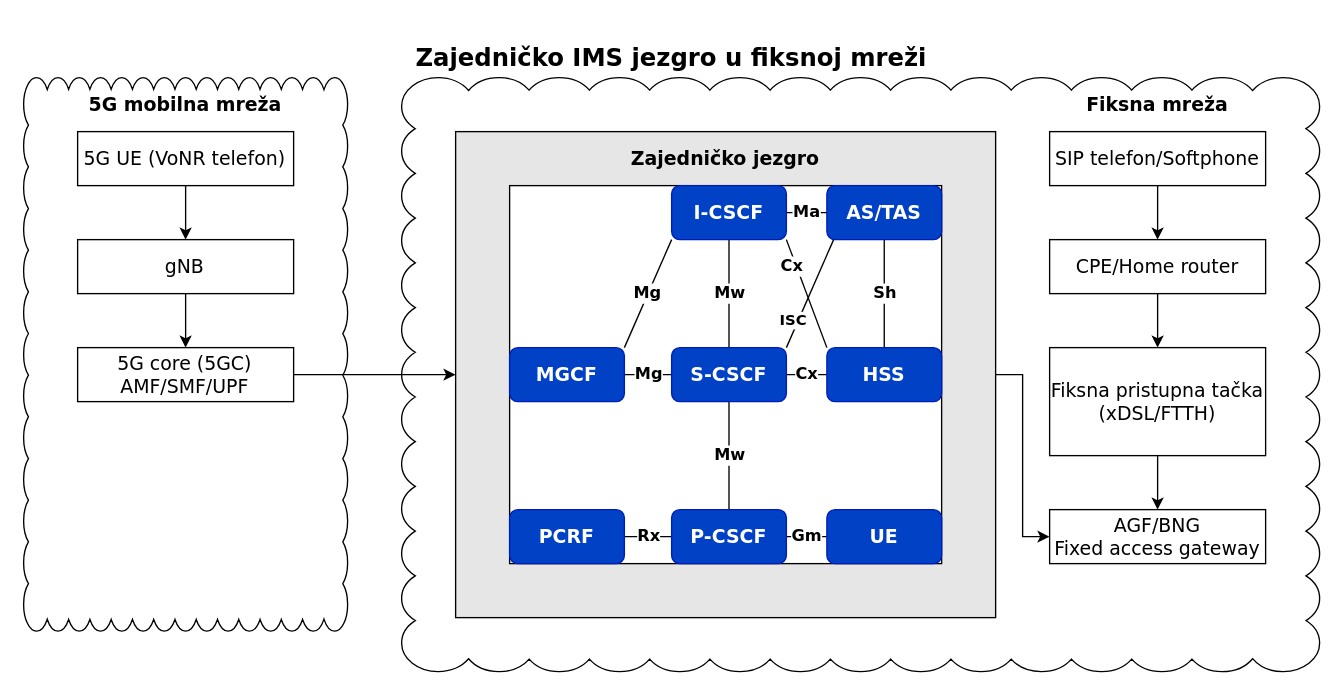
Above: assets/diagrams/draw_io/code/common_ims_core_in_a_fixed_network.drawio in ZakiraZaza/SSMTK_FMC_VoNR_IMS_5G (draw.io), before the change. Source tidied: cells renumbered, new cells numbered last; positions are measured from the earlier drawing's top-left corner, leaving out a move shared by most shapes. Both pictures are drawn from the tidied source at 135%, with x=0, y=0 at pixel (23, 23).
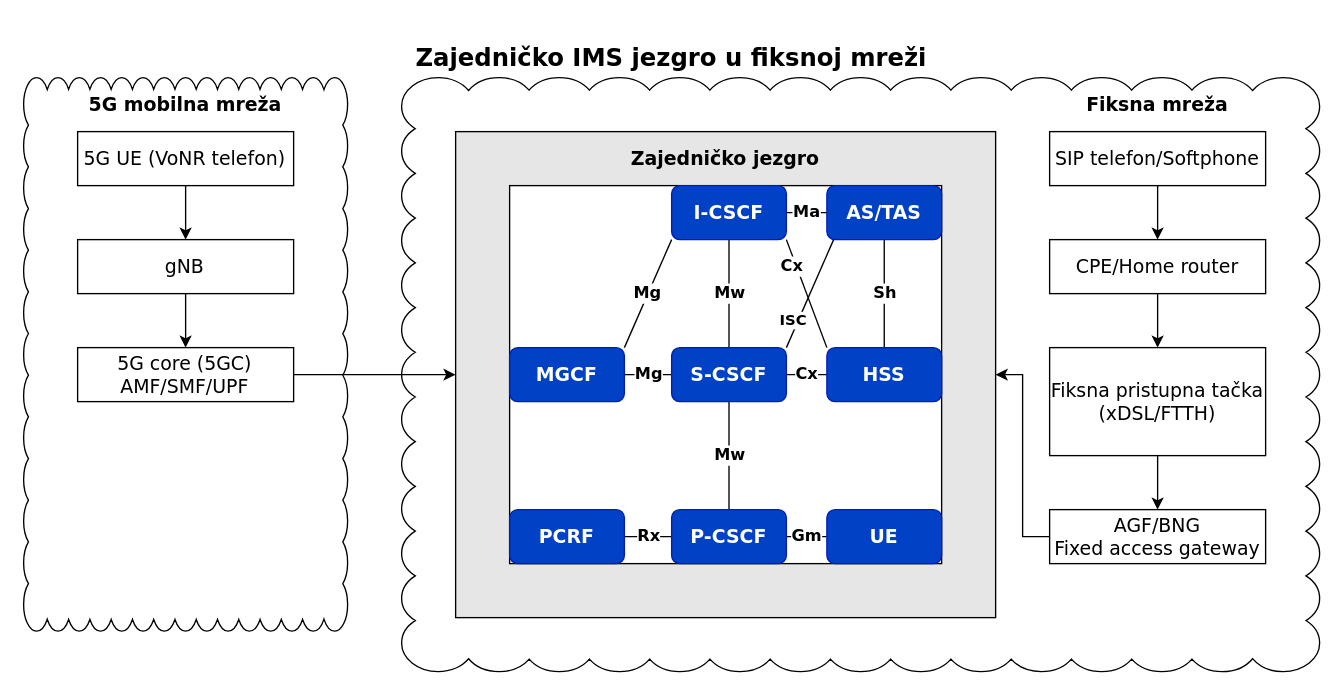
Above is the later version.

The change refers to these unchanged cells:
```xml
<mxCell id="15" value="&lt;div&gt;AGF/BNG&lt;/div&gt;&lt;div&gt;Fixed access gateway&lt;/div&gt;" style="rounded=0;whiteSpace=wrap;html=1;fontSize=14;fontStyle=0;fontFamily=Verdana;" parent="1" vertex="1">
  <mxGeometry x="760" y="360" width="160" height="40" as="geometry" />
</mxCell>
<mxCell id="22" style="rounded=0;whiteSpace=wrap;html=1;fillColor=light-dark(#E6E6E6,#FFFFFF);labelPosition=center;verticalLabelPosition=middle;align=center;verticalAlign=middle;fontFamily=Verdana;" parent="21" vertex="1">
  <mxGeometry width="400" height="360" as="geometry" />
</mxCell>
```

The edit, as a diff of the source:
```diff
@@
-    <mxCell id="4" style="rounded=0;jettySize=auto;html=1;exitX=1;exitY=0.5;exitDx=0;exitDy=0;entryX=0;entryY=0.5;entryDx=0;entryDy=0;strokeWidth=1;edgeStyle=orthogonalEdgeStyle;" parent="1" edge="1" source="22" target="15">
+    <mxCell id="4" style="rounded=0;jettySize=auto;html=1;exitX=1;exitY=0.5;exitDx=0;exitDy=0;entryX=0;entryY=0.5;entryDx=0;entryDy=0;strokeWidth=1;edgeStyle=orthogonalEdgeStyle;startArrow=classic;startFill=1;endArrow=none;endFill=0;" parent="1" edge="1" source="22" target="15">
       <mxGeometry relative="1" as="geometry">
         <Array as="points">
           <mxPoint x="740" y="260" />
           <mxPoint x="740" y="380" />
         </Array>
       </mxGeometry>
     </mxCell>
```
